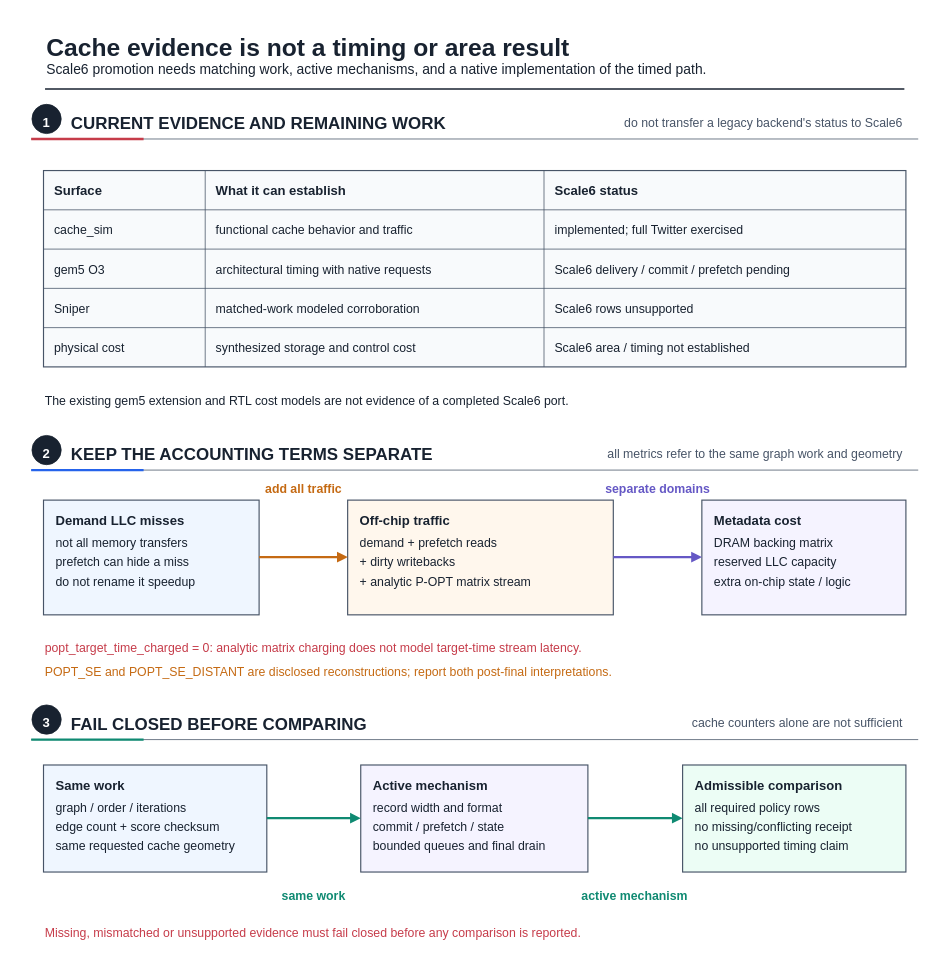
Before: fig/wiki_src/evaluation-methodology/evaluation-methodology-f01-evidence-boundary.drawio in UVA-LavaLab/ECG_GrAPL, a draw.io diagram. Source tidied: cells renumbered, new cells numbered last; positions are measured from the earlier drawing's top-left corner, leaving out a move shared by most shapes. Both pictures are drawn from the tidied source at 77%, with x=0, y=0 at pixel (12, 12).
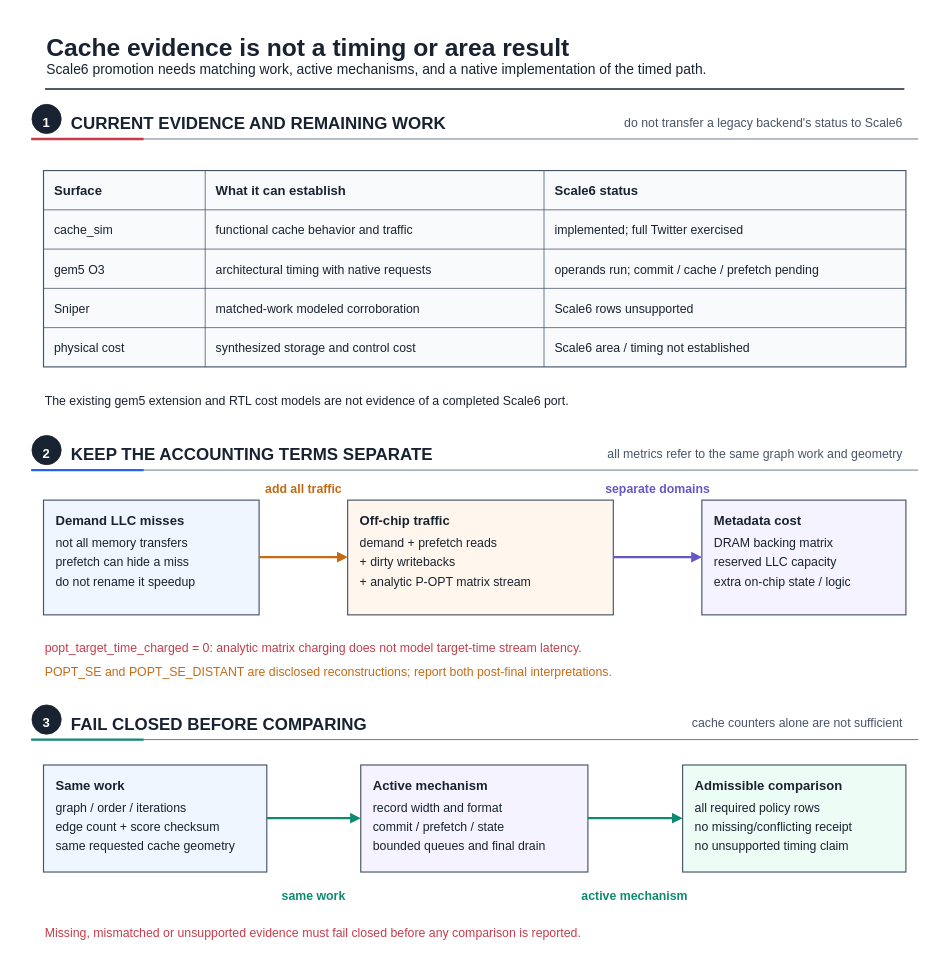
Above is the later version.

What changed in the source:
```diff
@@
-    <mxCell id="31" value="Scale6 delivery / commit / prefetch pending" style="text;html=0;strokeColor=none;fillColor=none;align=left;verticalAlign=middle;fontFamily=Liberation Sans;fontSize=16;fontColor=#182230;fontStyle=0;" parent="1" vertex="1">
-      <mxGeometry x="702" y="321.2" width="364.6" height="22.4" as="geometry" />
+    <mxCell id="31" value="operands run; commit / cache / prefetch pending" style="text;html=0;strokeColor=none;fillColor=none;align=left;verticalAlign=middle;fontFamily=Liberation Sans;fontSize=16;fontColor=#182230;fontStyle=0;" parent="1" vertex="1">
+      <mxGeometry x="702" y="321.2" width="398.6" height="22.4" as="geometry" />
     </mxCell>
```
